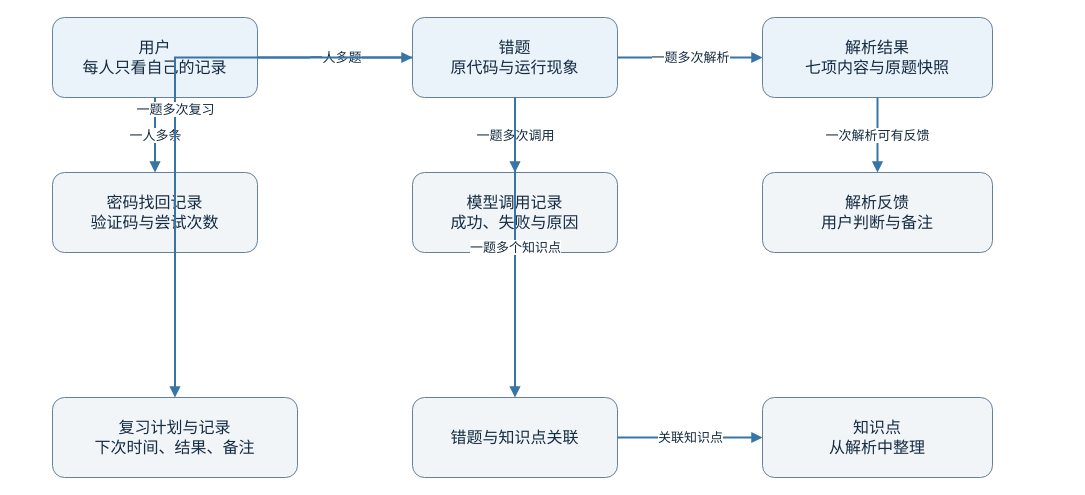
Before: docs/diagrams/核心数据关系.drawio in MoonLight-sweet/SpringBootBC, a draw.io diagram. Source tidied: cells renumbered, new cells numbered last; positions are measured from the earlier drawing's top-left corner, leaving out a move shared by most shapes. Both pictures are drawn from the tidied source at 100%, with x=0, y=0 at pixel (52, 17).
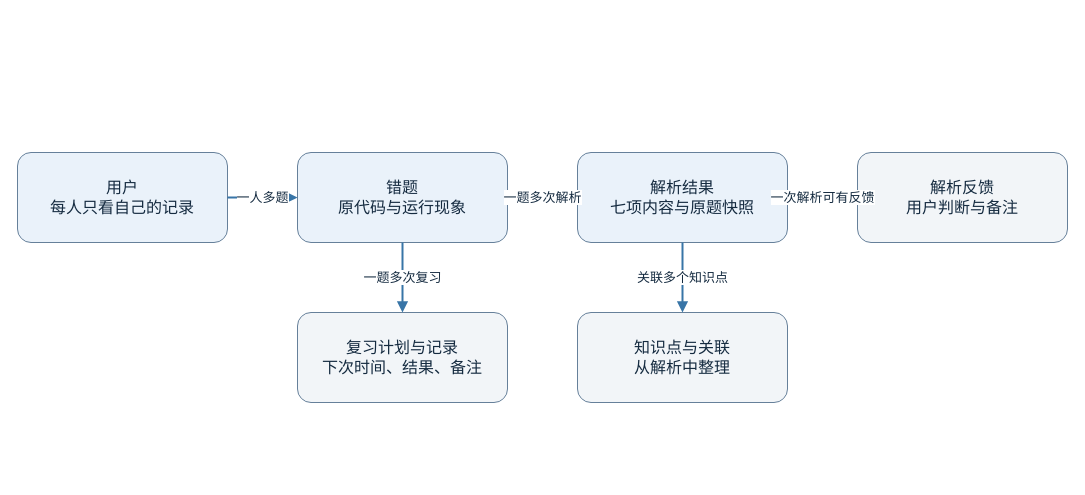
The same page after the edit.

Commit message (it also covers changes not shown here):
chore: auto sync 2026-10-29 10:08:53

The edit, as a diff of the source:
```diff
@@
 <mxGraphModel>
   <root>
     <mxCell id="0" />
     <mxCell id="1" parent="0" />
     <mxCell id="2" value="用户&#10;每人只看自己的记录" style="rounded=1;whiteSpace=wrap;html=1;fillColor=#EAF2FA;strokeColor=#66809A;fontColor=#152B40;fontSize=16;align=center;verticalAlign=middle;spacing=8;" parent="1" vertex="1">
-      <mxGeometry width="205" height="80" as="geometry" />
+      <mxGeometry x="-35" y="135" width="210" height="90" as="geometry" />
     </mxCell>
     <mxCell id="3" value="错题&#10;原代码与运行现象" style="rounded=1;whiteSpace=wrap;html=1;fillColor=#EAF2FA;strokeColor=#66809A;fontColor=#152B40;fontSize=16;align=center;verticalAlign=middle;spacing=8;" parent="1" vertex="1">
-      <mxGeometry x="360" width="205" height="80" as="geometry" />
+      <mxGeometry x="245" y="135" width="210" height="90" as="geometry" />
     </mxCell>
     <mxCell id="4" value="解析结果&#10;七项内容与原题快照" style="rounded=1;whiteSpace=wrap;html=1;fillColor=#EAF2FA;strokeColor=#66809A;fontColor=#152B40;fontSize=16;align=center;verticalAlign=middle;spacing=8;" parent="1" vertex="1">
-      <mxGeometry x="710" width="230" height="80" as="geometry" />
+      <mxGeometry x="525" y="135" width="210" height="90" as="geometry" />
     </mxCell>
-    <mxCell id="5" value="密码找回记录&#10;验证码与尝试次数" style="rounded=1;whiteSpace=wrap;html=1;fillColor=#F2F5F8;strokeColor=#66809A;fontColor=#152B40;fontSize=16;align=center;verticalAlign=middle;spacing=8;" parent="1" vertex="1">
-      <mxGeometry y="155" width="205" height="80" as="geometry" />
-    </mxCell>
-    <mxCell id="6" value="模型调用记录&#10;成功、失败与原因" style="rounded=1;whiteSpace=wrap;html=1;fillColor=#F2F5F8;strokeColor=#66809A;fontColor=#152B40;fontSize=16;align=center;verticalAlign=middle;spacing=8;" parent="1" vertex="1">
-      <mxGeometry x="360" y="155" width="205" height="80" as="geometry" />
-    </mxCell>
     <mxCell id="7" value="解析反馈&#10;用户判断与备注" style="rounded=1;whiteSpace=wrap;html=1;fillColor=#F2F5F8;strokeColor=#66809A;fontColor=#152B40;fontSize=16;align=center;verticalAlign=middle;spacing=8;" parent="1" vertex="1">
-      <mxGeometry x="710" y="155" width="230" height="80" as="geometry" />
+      <mxGeometry x="805" y="135" width="210" height="90" as="geometry" />
     </mxCell>
     <mxCell id="8" value="复习计划与记录&#10;下次时间、结果、备注" style="rounded=1;whiteSpace=wrap;html=1;fillColor=#F2F5F8;strokeColor=#66809A;fontColor=#152B40;fontSize=16;align=center;verticalAlign=middle;spacing=8;" parent="1" vertex="1">
-      <mxGeometry y="380" width="245" height="80" as="geometry" />
+      <mxGeometry x="245" y="295" width="210" height="90" as="geometry" />
     </mxCell>
-    <mxCell id="9" value="错题与知识点关联" style="rounded=1;whiteSpace=wrap;html=1;fillColor=#F2F5F8;strokeColor=#66809A;fontColor=#152B40;fontSize=16;align=center;verticalAlign=middle;spacing=8;" parent="1" vertex="1">
-      <mxGeometry x="360" y="380" width="205" height="80" as="geometry" />
-    </mxCell>
-    <mxCell id="10" value="知识点&#10;从解析中整理" style="rounded=1;whiteSpace=wrap;html=1;fillColor=#F2F5F8;strokeColor=#66809A;fontColor=#152B40;fontSize=16;align=center;verticalAlign=middle;spacing=8;" parent="1" vertex="1">
-      <mxGeometry x="710" y="380" width="230" height="80" as="geometry" />
+    <mxCell id="10" value="知识点与关联&#10;从解析中整理" style="rounded=1;whiteSpace=wrap;html=1;fillColor=#F2F5F8;strokeColor=#66809A;fontColor=#152B40;fontSize=16;align=center;verticalAlign=middle;spacing=8;" parent="1" vertex="1">
+      <mxGeometry x="525" y="295" width="210" height="90" as="geometry" />
     </mxCell>
     <mxCell id="11" value="一人多题" style="edgeStyle=orthogonalEdgeStyle;rounded=0;jettySize=auto;html=1;endArrow=block;endFill=1;strokeColor=#3875A7;strokeWidth=2;fontColor=#152B40;fontSize=13;" parent="1" edge="1" source="2" target="3">
       <mxGeometry relative="1" as="geometry" />
     </mxCell>
     <mxCell id="12" value="一题多次解析" style="edgeStyle=orthogonalEdgeStyle;rounded=0;jettySize=auto;html=1;endArrow=block;endFill=1;strokeColor=#3875A7;strokeWidth=2;fontColor=#152B40;fontSize=13;" parent="1" edge="1" source="3" target="4">
       <mxGeometry relative="1" as="geometry" />
     </mxCell>
-    <mxCell id="13" value="一人多条" style="edgeStyle=orthogonalEdgeStyle;rounded=0;jettySize=auto;html=1;endArrow=block;endFill=1;strokeColor=#3875A7;strokeWidth=2;fontColor=#152B40;fontSize=13;" parent="1" edge="1" source="2" target="5">
+    <mxCell id="13" value="一次解析可有反馈" style="edgeStyle=orthogonalEdgeStyle;rounded=0;jettySize=auto;html=1;endArrow=block;endFill=1;strokeColor=#3875A7;strokeWidth=2;fontColor=#152B40;fontSize=13;" parent="1" edge="1" source="4" target="7">
       <mxGeometry relative="1" as="geometry" />
     </mxCell>
-    <mxCell id="14" value="一题多次调用" style="edgeStyle=orthogonalEdgeStyle;rounded=0;jettySize=auto;html=1;endArrow=block;endFill=1;strokeColor=#3875A7;strokeWidth=2;fontColor=#152B40;fontSize=13;" parent="1" edge="1" source="3" target="6">
+    <mxCell id="14" value="一题多次复习" style="edgeStyle=orthogonalEdgeStyle;rounded=0;jettySize=auto;html=1;endArrow=block;endFill=1;strokeColor=#3875A7;strokeWidth=2;fontColor=#152B40;fontSize=13;" parent="1" edge="1" source="3" target="8">
       <mxGeometry relative="1" as="geometry" />
     </mxCell>
-    <mxCell id="15" value="一次解析可有反馈" style="edgeStyle=orthogonalEdgeStyle;rounded=0;jettySize=auto;html=1;endArrow=block;endFill=1;strokeColor=#3875A7;strokeWidth=2;fontColor=#152B40;fontSize=13;" parent="1" edge="1" source="4" target="7">
+    <mxCell id="15" value="关联多个知识点" style="edgeStyle=orthogonalEdgeStyle;rounded=0;jettySize=auto;html=1;endArrow=block;endFill=1;strokeColor=#3875A7;strokeWidth=2;fontColor=#152B40;fontSize=13;" parent="1" edge="1" source="4" target="10">
       <mxGeometry relative="1" as="geometry" />
     </mxCell>
-    <mxCell id="16" value="一题多次复习" style="edgeStyle=orthogonalEdgeStyle;rounded=0;jettySize=auto;html=1;endArrow=block;endFill=1;strokeColor=#3875A7;strokeWidth=2;fontColor=#152B40;fontSize=13;" parent="1" edge="1" source="3" target="8">
-      <mxGeometry relative="1" as="geometry" />
-    </mxCell>
-    <mxCell id="17" value="一题多个知识点" style="edgeStyle=orthogonalEdgeStyle;rounded=0;jettySize=auto;html=1;endArrow=block;endFill=1;strokeColor=#3875A7;strokeWidth=2;fontColor=#152B40;fontSize=13;" parent="1" edge="1" source="3" target="9">
-      <mxGeometry relative="1" as="geometry" />
-    </mxCell>
-    <mxCell id="18" value="关联知识点" style="edgeStyle=orthogonalEdgeStyle;rounded=0;jettySize=auto;html=1;endArrow=block;endFill=1;strokeColor=#3875A7;strokeWidth=2;fontColor=#152B40;fontSize=13;" parent="1" edge="1" source="9" target="10">
-      <mxGeometry relative="1" as="geometry" />
-    </mxCell>
   </root>
 </mxGraphModel>
```
